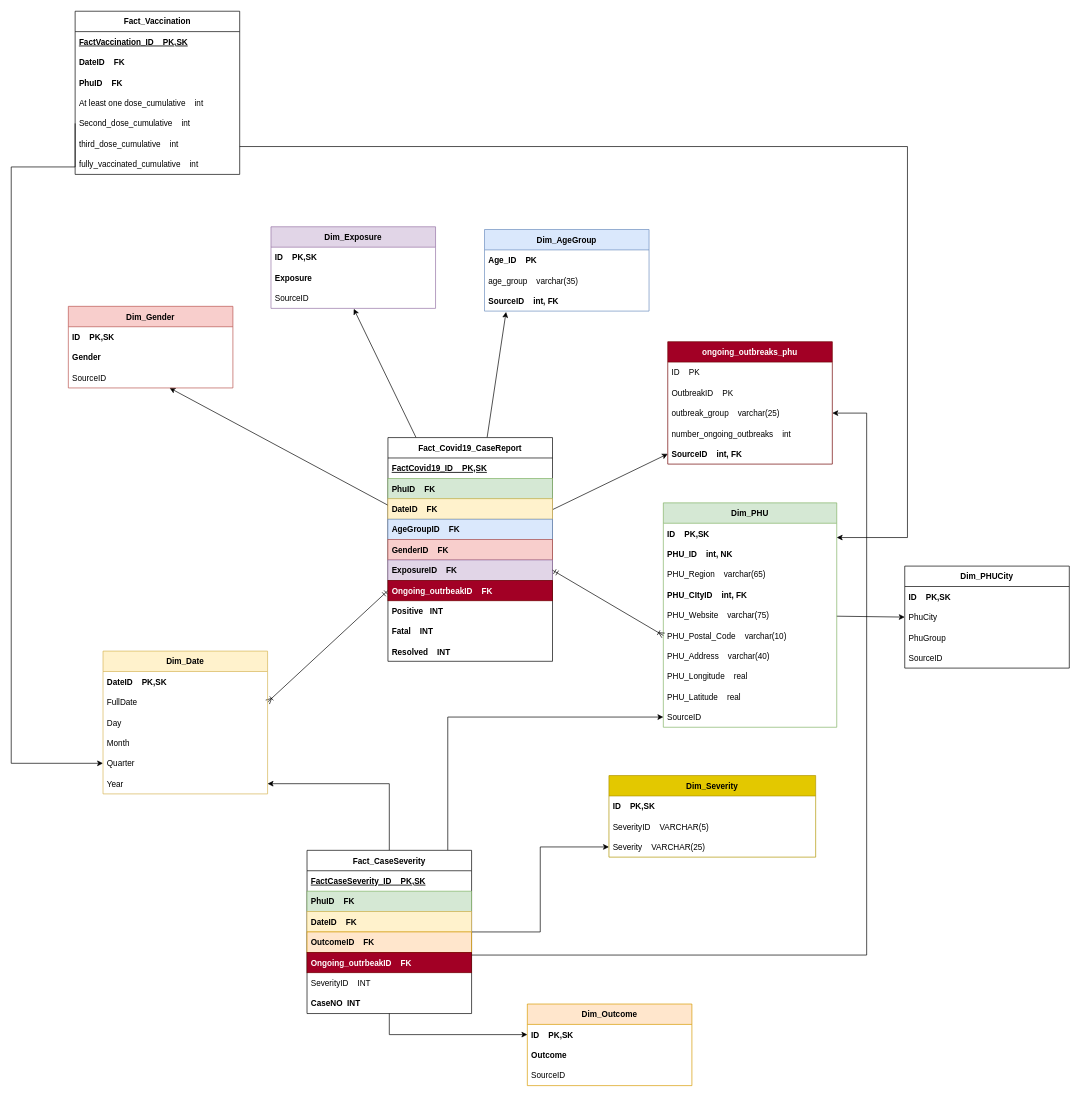
The draw.io diagram page "DDS" (9 of 9) of diagram/db-diagram-LT.drawio in tonsisouvanh/SSIS-SSAS-BI09-Assignment, before the edit. Source tidied: cells renumbered, new cells numbered last; positions are measured from the earlier drawing's top-left corner, leaving out a move shared by most shapes. Both pictures are drawn from the tidied source at 68%, with x=0, y=0 at pixel (11, 11).
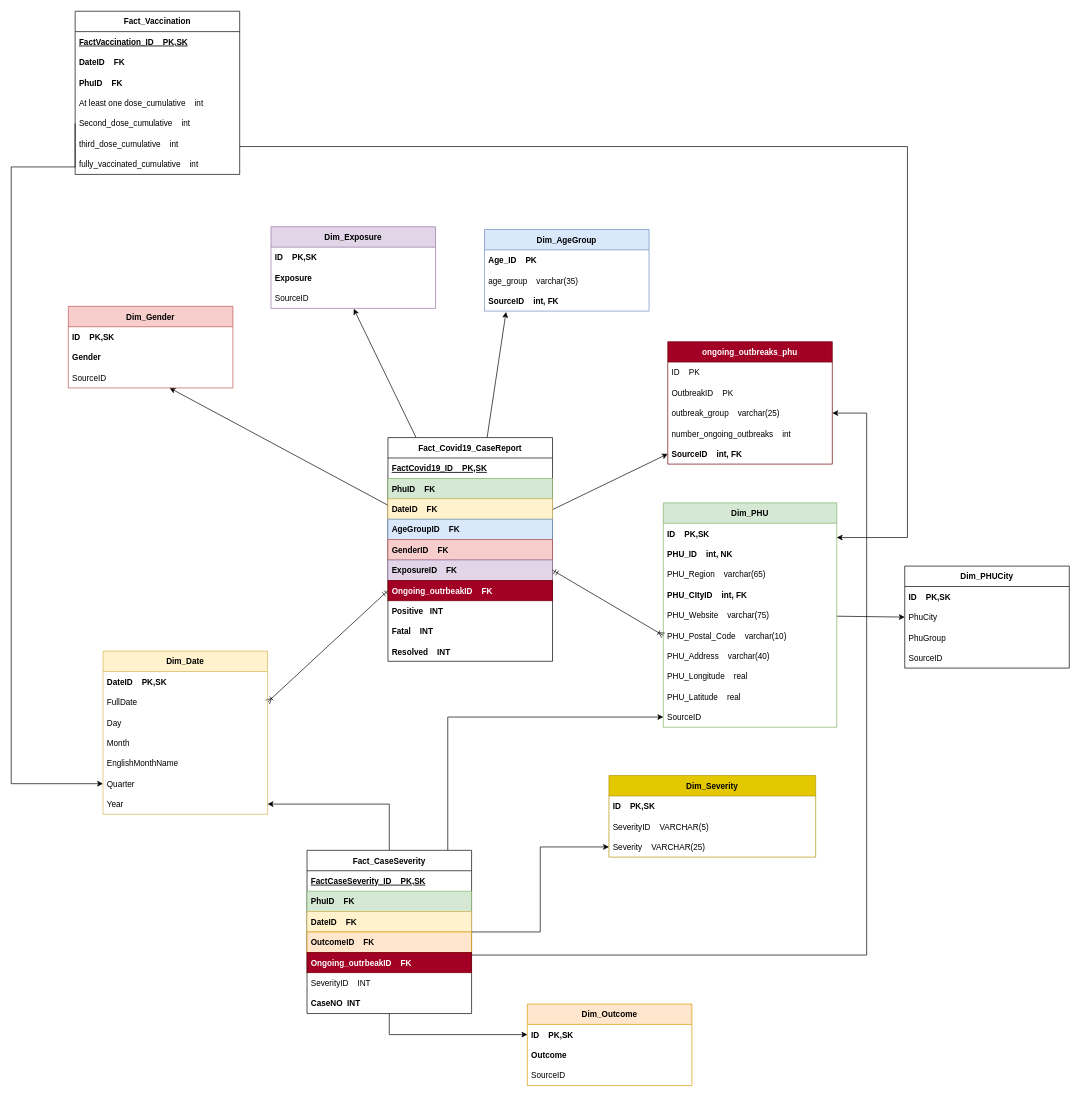
The same diagram, later.

The change refers to these unchanged cells:
```xml
<mxCell id="65" value="Second_dose_cumulative    int" style="text;strokeColor=none;fillColor=none;align=left;verticalAlign=middle;spacingLeft=4;spacingRight=4;overflow=hidden;points=[[0,0.5],[1,0.5]];portConstraint=eastwest;fontStyle=0;" parent="60" vertex="1">
  <mxGeometry y="150" width="242" height="30" as="geometry" />
</mxCell>
```

The edit, as a diff of the source:
```diff
@@
     <mxCell id="58" style="rounded=0;jettySize=auto;html=1;edgeStyle=orthogonalEdgeStyle;exitX=0;exitY=0.5;exitDx=0;exitDy=0;entryX=0;entryY=0.5;entryDx=0;entryDy=0;" parent="1" edge="1" source="65" target="77">
       <mxGeometry relative="1" as="geometry">
         <Array as="points">
+          <mxPoint x="94" y="229" />
           <mxPoint y="229" />
-          <mxPoint y="1106" />
+          <mxPoint y="1136" />
         </Array>
       </mxGeometry>
     </mxCell>
@@
     <mxCell id="72" value="Dim_Date" style="swimlane;fontStyle=1;horizontal=1;startSize=30;fillColor=#fff2cc;strokeColor=#d6b656;" parent="1" vertex="1">
-      <mxGeometry x="135" y="941" width="242" height="210" as="geometry" />
+      <mxGeometry x="135" y="941" width="242" height="240" as="geometry" />
     </mxCell>
@@
+    <mxCell id="92" value="EnglishMonthName" style="text;align=left;verticalAlign=middle;spacingLeft=4;spacingRight=4;overflow=hidden;fontStyle=0;" parent="72" vertex="1">
+      <mxGeometry y="150" width="242" height="30" as="geometry" />
+    </mxCell>
     <mxCell id="77" value="Quarter" style="text;align=left;verticalAlign=middle;spacingLeft=4;spacingRight=4;overflow=hidden;points=[[0,0.5],[1,0.5]];portConstraint=eastwest;fontStyle=0;" parent="72" vertex="1">
-      <mxGeometry y="150" width="242" height="30" as="geometry" />
+      <mxGeometry y="180" width="242" height="30" as="geometry" />
     </mxCell>
     <mxCell id="78" value="Year" style="text;align=left;verticalAlign=middle;spacingLeft=4;spacingRight=4;overflow=hidden;points=[[0,0.5],[1,0.5]];portConstraint=eastwest;fontStyle=0;" parent="72" vertex="1">
-      <mxGeometry y="180" width="242" height="30" as="geometry" />
+      <mxGeometry y="210" width="242" height="30" as="geometry" />
     </mxCell>
```
